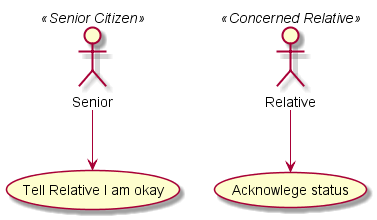
Earlier version of the PlantUML export analysis/stillvertical_usecase.png (mrobbeloth/StillVertical). Its diagram source:
```plantuml
@startuml
:First actor: as Senior
:Second actor: as Relative

Senior <<Senior Citizen>>
Relative <<Concerned Relative>>

Senior --> (Tell Relative I am okay)
Relative --> (Acknowlege status)
@enduml
```
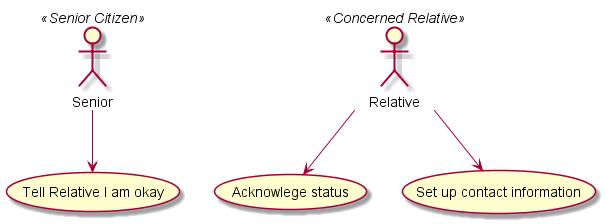
After the commit.

The edit, as a diff of the source:
```diff
@@ -7,4 +7,5 @@
 
 Senior --> (Tell Relative I am okay)
 Relative --> (Acknowlege status)
+Relative --> (Set up contact information)
 @enduml
```
